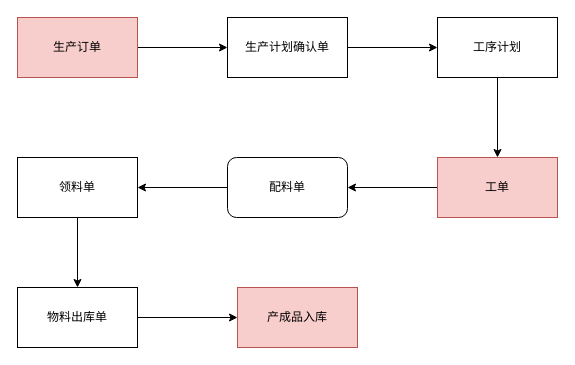
Above: 生产.drawio in zckyuwang/spring-cloud-master (draw.io), before the change. Source tidied: cells renumbered, new cells numbered last; positions are measured from the earlier drawing's top-left corner, leaving out a move shared by most shapes. Both pictures are drawn from the tidied source at 100%, with x=0, y=0 at pixel (17, 17).
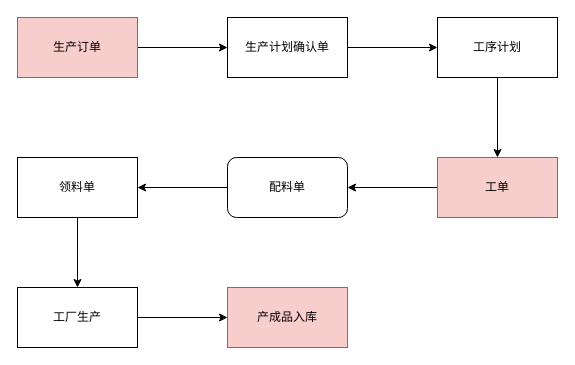
After the change.

Diff of the diagram source:
```diff
@@
 <mxGraphModel>
   <root>
     <mxCell id="0" />
     <mxCell id="1" parent="0" />
     <mxCell id="2" style="edgeStyle=orthogonalEdgeStyle;rounded=0;jettySize=auto;html=1;" parent="1" edge="1" source="3" target="5">
       <mxGeometry relative="1" as="geometry" />
     </mxCell>
     <mxCell id="3" value="生产订单" style="rounded=0;whiteSpace=wrap;html=1;fillColor=#f8cecc;strokeColor=#b85450;" parent="1" vertex="1">
       <mxGeometry width="120" height="60" as="geometry" />
     </mxCell>
     <mxCell id="4" style="edgeStyle=orthogonalEdgeStyle;rounded=0;jettySize=auto;html=1;" parent="1" edge="1" source="5" target="9">
       <mxGeometry relative="1" as="geometry" />
     </mxCell>
     <mxCell id="5" value="生产计划确认单" style="rounded=0;whiteSpace=wrap;html=1;" parent="1" vertex="1">
       <mxGeometry x="210" width="120" height="60" as="geometry" />
     </mxCell>
     <mxCell id="6" style="edgeStyle=orthogonalEdgeStyle;rounded=0;jettySize=auto;html=1;" parent="1" edge="1" source="7" target="11">
       <mxGeometry relative="1" as="geometry" />
     </mxCell>
     <mxCell id="7" value="工单" style="rounded=0;whiteSpace=wrap;html=1;fillColor=#f8cecc;strokeColor=#b85450;" parent="1" vertex="1">
       <mxGeometry x="420" y="140" width="120" height="60" as="geometry" />
     </mxCell>
     <mxCell id="8" style="edgeStyle=orthogonalEdgeStyle;rounded=0;jettySize=auto;html=1;" parent="1" edge="1" source="9" target="7">
       <mxGeometry relative="1" as="geometry" />
     </mxCell>
     <mxCell id="9" value="工序计划" style="rounded=0;whiteSpace=wrap;html=1;" parent="1" vertex="1">
       <mxGeometry x="420" width="120" height="60" as="geometry" />
     </mxCell>
     <mxCell id="10" style="edgeStyle=orthogonalEdgeStyle;rounded=0;jettySize=auto;html=1;" parent="1" edge="1" source="11" target="13">
       <mxGeometry relative="1" as="geometry" />
     </mxCell>
     <mxCell id="11" value="配料单" style="rounded=1;whiteSpace=wrap;html=1;" parent="1" vertex="1">
       <mxGeometry x="210" y="140" width="120" height="60" as="geometry" />
     </mxCell>
-    <mxCell id="12" style="edgeStyle=orthogonalEdgeStyle;rounded=0;jettySize=auto;html=1;" parent="1" edge="1" source="13" target="15">
-      <mxGeometry relative="1" as="geometry" />
+    <mxCell id="12" style="edgeStyle=orthogonalEdgeStyle;rounded=0;jettySize=auto;html=1;" parent="1" edge="1" source="13">
+      <mxGeometry relative="1" as="geometry">
+        <mxPoint x="60" y="270" as="targetPoint" />
+      </mxGeometry>
     </mxCell>
     <mxCell id="13" value="领料单" style="rounded=0;whiteSpace=wrap;html=1;" parent="1" vertex="1">
       <mxGeometry y="140" width="120" height="60" as="geometry" />
     </mxCell>
-    <mxCell id="14" style="edgeStyle=orthogonalEdgeStyle;rounded=0;jettySize=auto;html=1;" parent="1" edge="1" source="15" target="16">
-      <mxGeometry relative="1" as="geometry" />
-    </mxCell>
-    <mxCell id="15" value="物料出库单" style="rounded=0;whiteSpace=wrap;html=1;" parent="1" vertex="1">
-      <mxGeometry y="270" width="120" height="60" as="geometry" />
-    </mxCell>
     <mxCell id="16" value="产成品入库" style="rounded=0;whiteSpace=wrap;html=1;fillColor=#f8cecc;strokeColor=#b85450;" parent="1" vertex="1">
-      <mxGeometry x="220" y="270" width="120" height="60" as="geometry" />
+      <mxGeometry x="210" y="270" width="120" height="60" as="geometry" />
     </mxCell>
+    <mxCell id="17" style="edgeStyle=orthogonalEdgeStyle;rounded=0;jettySize=auto;html=1;" parent="1" edge="1" source="18" target="16">
+      <mxGeometry relative="1" as="geometry" />
+    </mxCell>
+    <mxCell id="18" value="工厂生产" style="rounded=0;whiteSpace=wrap;html=1;" parent="1" vertex="1">
+      <mxGeometry y="270" width="120" height="60" as="geometry" />
+    </mxCell>
   </root>
 </mxGraphModel>
```
